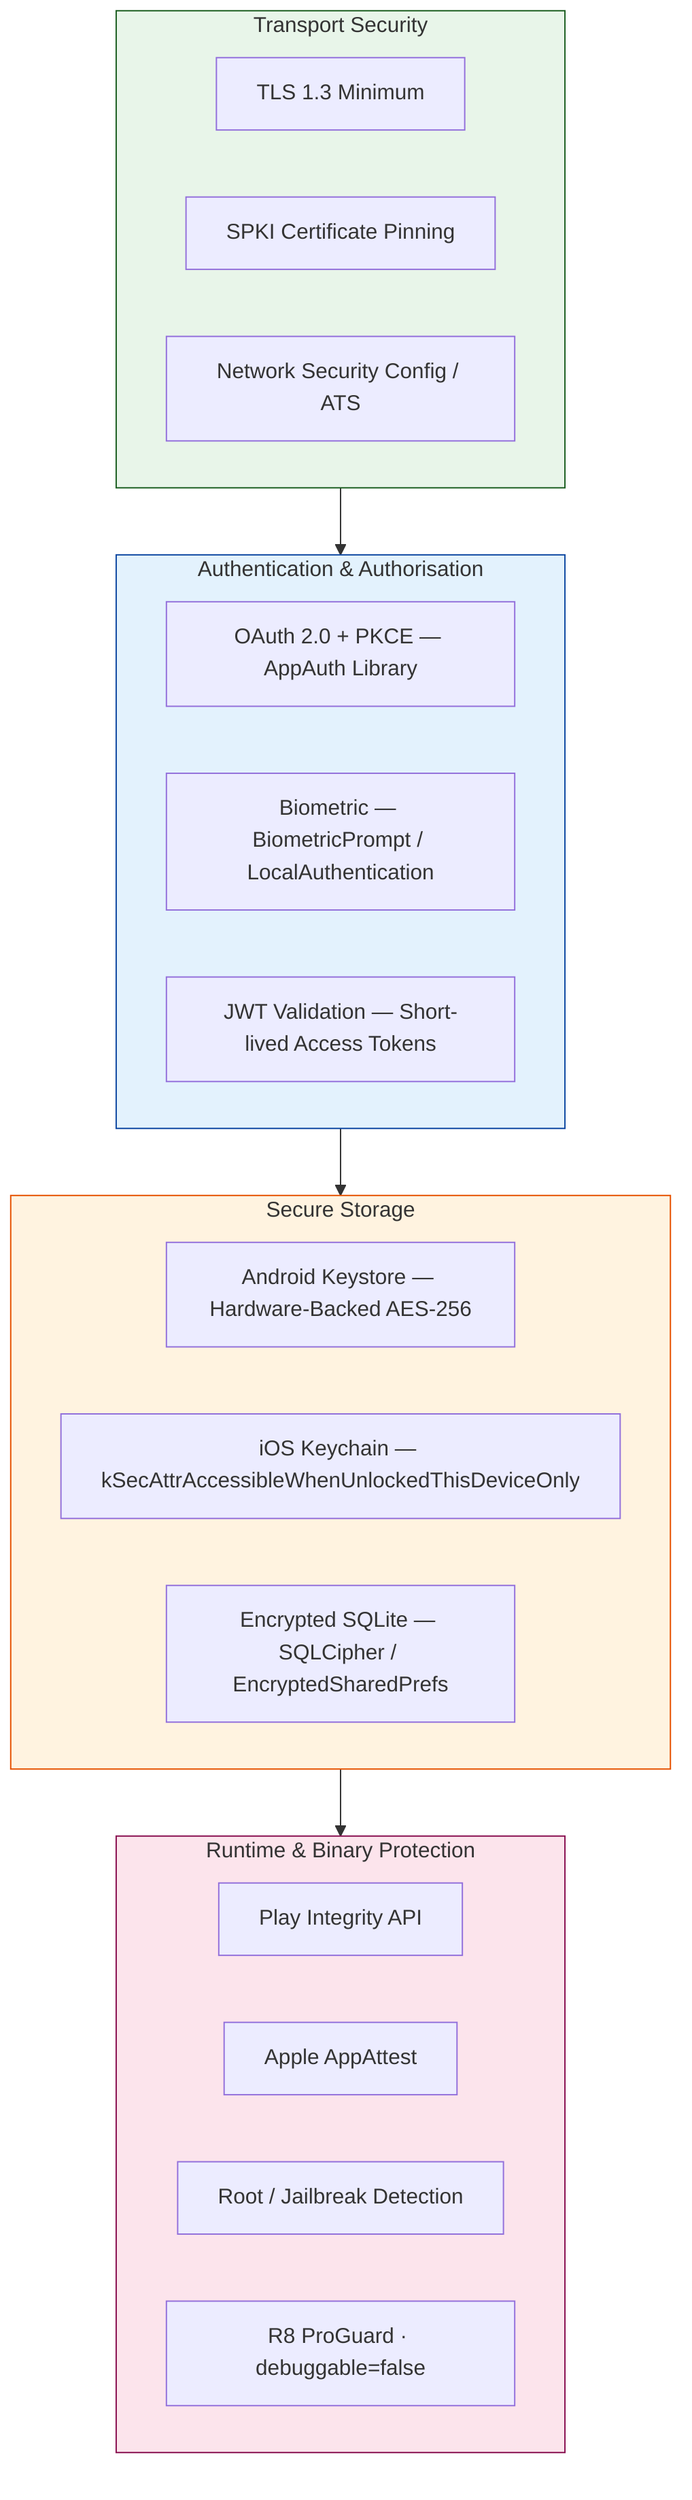
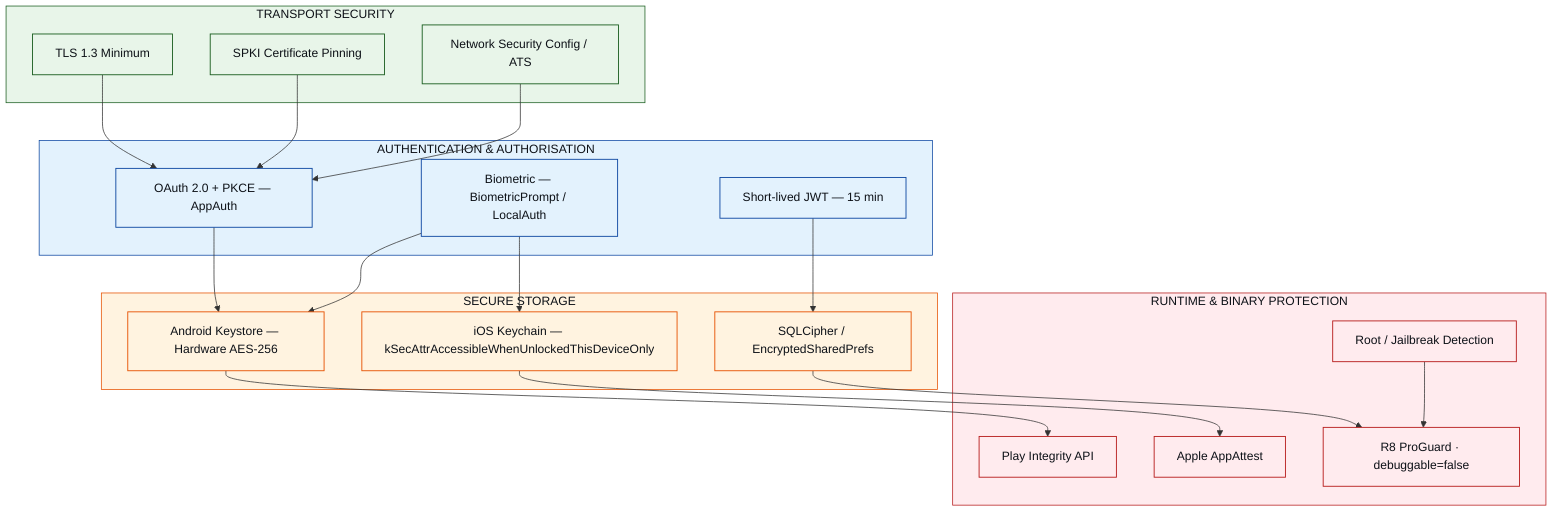
flowchart TD
-   subgraph Network["Transport Security"]
+   subgraph Transport["TRANSPORT SECURITY"]
    TLS[TLS 1.3 Minimum]
    PIN[SPKI Certificate Pinning]
    NSC[Network Security Config / ATS]
  end
-   subgraph Auth["Authentication & Authorisation"]
-     PKCE[OAuth 2.0 + PKCE — AppAuth Library]
-     BIO[Biometric — BiometricPrompt / LocalAuthentication]
-     JWT[JWT Validation — Short-lived Access Tokens]
+   subgraph Auth["AUTHENTICATION & AUTHORISATION"]
+     PKCE[OAuth 2.0 + PKCE — AppAuth]
+     BIO[Biometric — BiometricPrompt / LocalAuth]
+     JWT[Short-lived JWT — 15 min]
  end
-   subgraph Storage["Secure Storage"]
-     KS[Android Keystore — Hardware-Backed AES-256]
+   subgraph Storage["SECURE STORAGE"]
+     KS[Android Keystore — Hardware AES-256]
    KC[iOS Keychain — kSecAttrAccessibleWhenUnlockedThisDeviceOnly]
-     EDB[Encrypted SQLite — SQLCipher / EncryptedSharedPrefs]
+     EDB[SQLCipher / EncryptedSharedPrefs]
  end
-   subgraph Attestation["Runtime & Binary Protection"]
+   subgraph Attest["RUNTIME & BINARY PROTECTION"]
    PI[Play Integrity API]
    AA[Apple AppAttest]
    RD[Root / Jailbreak Detection]
    R8[R8 ProGuard · debuggable=false]
  end
-   Network --> Auth --> Storage --> Attestation
-   style Network fill:#E8F5E9,stroke:#1B5E20
-   style Auth fill:#E3F2FD,stroke:#0D47A1
-   style Storage fill:#FFF3E0,stroke:#E65100
-   style Attestation fill:#FCE4EC,stroke:#880E4F
+ 
+   TLS --> PKCE
+   PIN --> PKCE
+   NSC --> PKCE
+   PKCE --> KS
+   BIO --> KS
+   BIO --> KC
+   JWT --> EDB
+   KS --> PI
+   KC --> AA
+   EDB --> R8
+   RD --> R8
+ 
+   classDef transport fill:#E8F5E9,stroke:#1B5E20,color:#0D1117,stroke-width:1.2px
+   classDef auth fill:#E3F2FD,stroke:#0D47A1,color:#0D1117,stroke-width:1.2px
+   classDef storage fill:#FFF3E0,stroke:#E65100,color:#0D1117,stroke-width:1.2px
+   classDef attest fill:#FFEBEE,stroke:#B71C1C,color:#0D1117,stroke-width:1.2px
+   class TLS,PIN,NSC transport
+   class PKCE,BIO,JWT auth
+   class KS,KC,EDB storage
+   class PI,AA,RD,R8 attest
+ 
+   style Transport fill:#E8F5E9,stroke:#1B5E20,color:#0D1117
+   style Auth fill:#E3F2FD,stroke:#0D47A1,color:#0D1117
+   style Storage fill:#FFF3E0,stroke:#E65100,color:#0D1117
+   style Attest fill:#FFEBEE,stroke:#B71C1C,color:#0D1117
